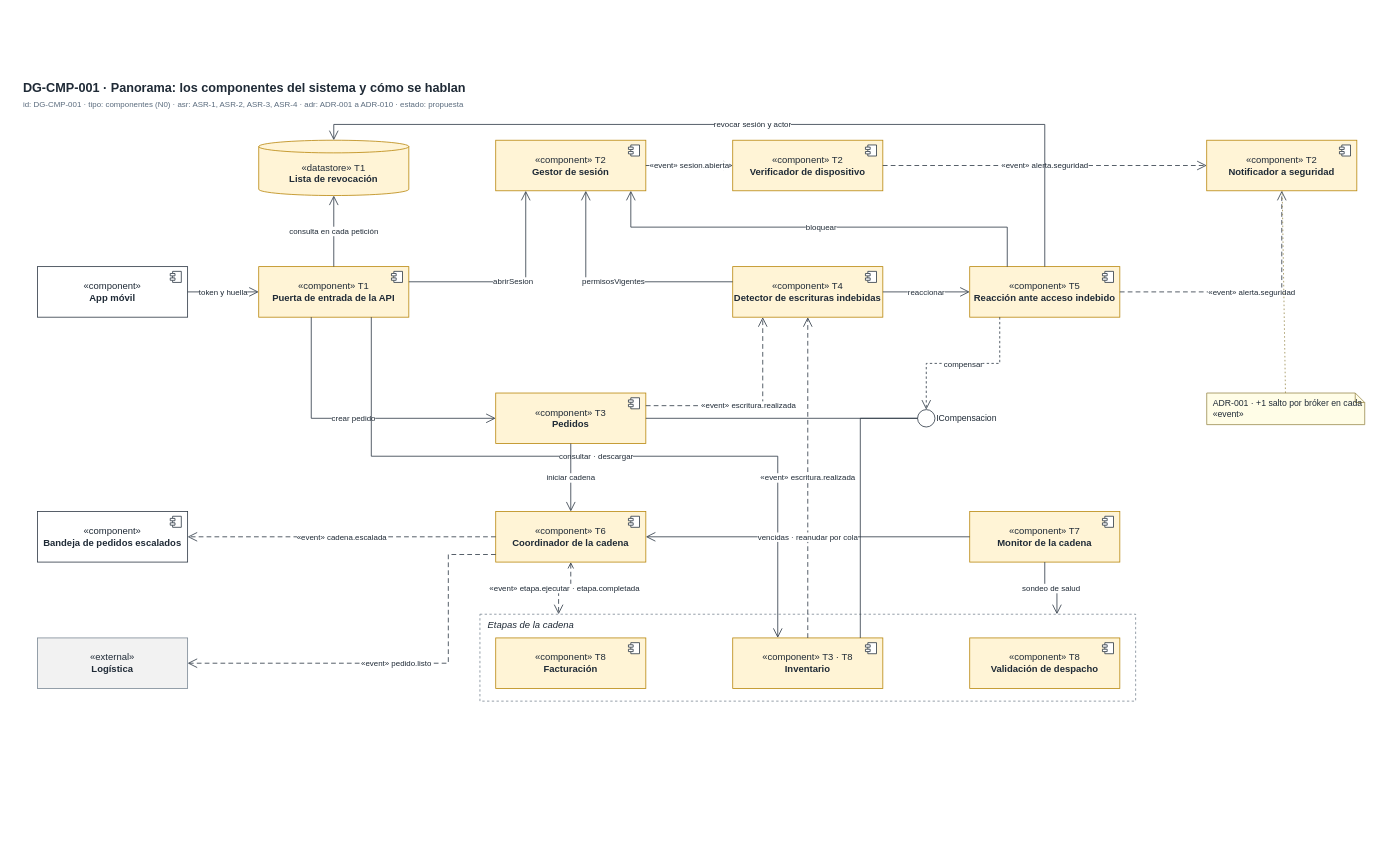
The draw.io diagram page "DG-CMP-001 · Panorama" (1 of 3) of docs/modelos/drawio/vista-componentes.drawio in MATI-MBIT/arqsoft-reto-2, before the edit. Source tidied: cells renumbered, new cells numbered last; positions are measured from the earlier drawing's top-left corner, leaving out a move shared by most shapes. Both pictures are drawn from the tidied source at 79%, with x=0, y=0 at pixel (21, 77).
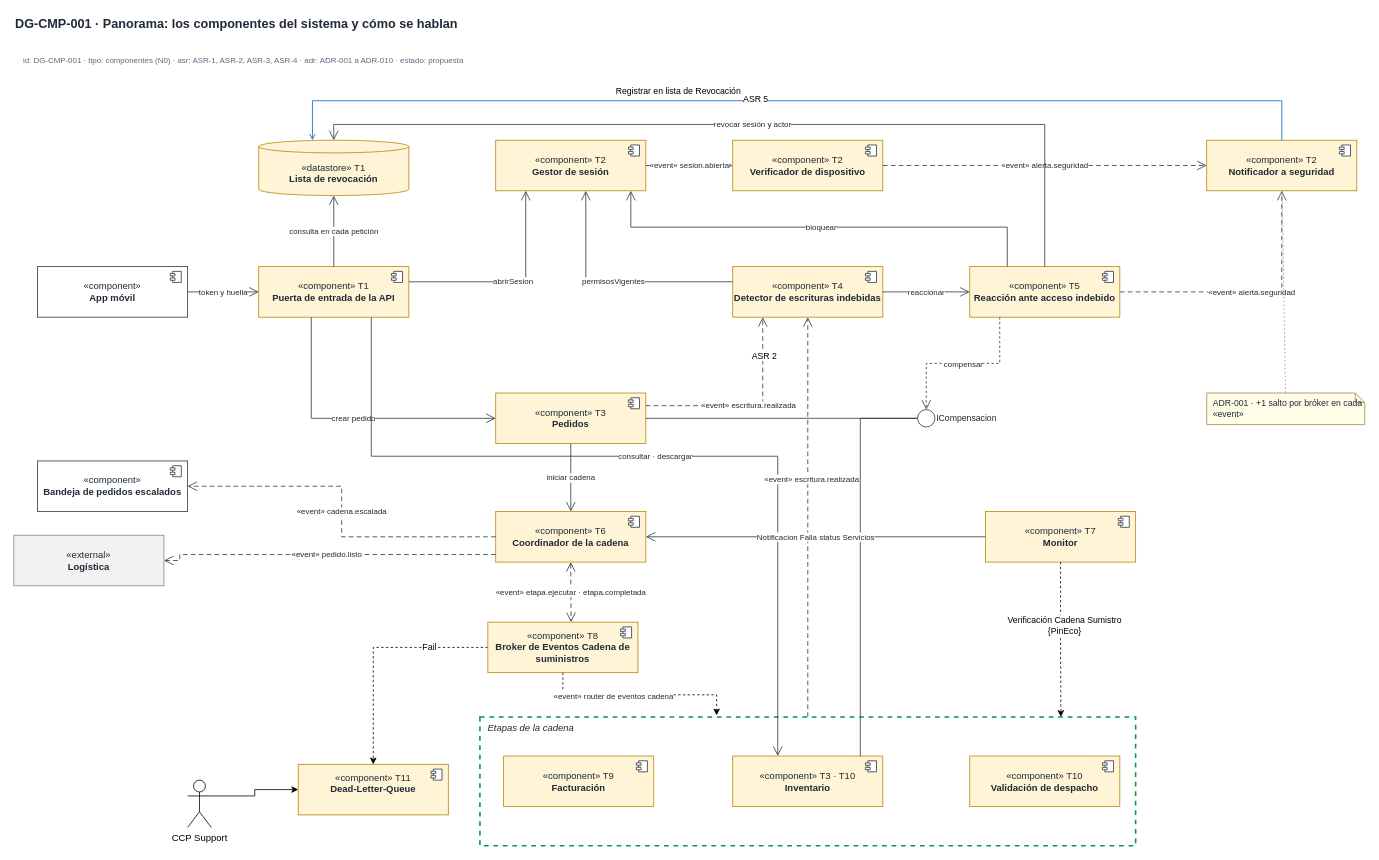
Above is the later version.

The change refers to these unchanged cells:
```xml
<mxCell id="9" value="«component» T2&lt;br&gt;&lt;b&gt;Notificador a seguridad&lt;/b&gt;" style="rounded=0;html=1;whiteSpace=wrap;fillColor=#FFF4D6;strokeColor=#B8860B;fontFamily=Helvetica;fontSize=12;fontColor=#1F2A36;" parent="1" vertex="1">
  <mxGeometry x="1500" y="80" width="190" height="64" as="geometry" />
</mxCell>
<mxCell id="15" value="«component» T4&lt;br&gt;&lt;b&gt;Detector de escrituras indebidas&lt;/b&gt;" style="rounded=0;html=1;whiteSpace=wrap;fillColor=#FFF4D6;strokeColor=#B8860B;fontFamily=Helvetica;fontSize=12;fontColor=#1F2A36;" parent="1" vertex="1">
  <mxGeometry x="900" y="240" width="190" height="64" as="geometry" />
</mxCell>
<mxCell id="24" value="«component» T6&lt;br&gt;&lt;b&gt;Coordinador de la cadena&lt;/b&gt;" style="rounded=0;html=1;whiteSpace=wrap;fillColor=#FFF4D6;strokeColor=#B8860B;fontFamily=Helvetica;fontSize=12;fontColor=#1F2A36;" parent="1" vertex="1">
  <mxGeometry x="600" y="550" width="190" height="64" as="geometry" />
</mxCell>
<mxCell id="43" value="«event» escritura.realizada" style="html=1;rounded=0;edgeStyle=orthogonalEdgeStyle;fontSize=10;fontFamily=Helvetica;fontColor=#1F2A36;labelBackgroundColor=#FFFFFF;strokeColor=#2B3642;endArrow=open;endFill=0;dashed=1;dashPattern=6 4;endSize=10;exitX=1;exitY=0.25;exitDx=0;exitDy=0;entryX=0.2;entryY=1;entryDx=0;entryDy=0;" parent="1" edge="1" source="19" target="15">
  <mxGeometry relative="1" as="geometry" />
</mxCell>
```

The edit, as a diff of the source:
```diff
@@
     <mxCell id="2" value="&lt;b&gt;DG-CMP-001 · Panorama: los componentes del sistema y cómo se hablan&lt;/b&gt;" style="text;html=1;whiteSpace=wrap;align=left;verticalAlign=middle;fontFamily=Helvetica;fontSize=16;fontColor=#1F2A36;" parent="1" vertex="1">
-      <mxGeometry width="1700" height="26" as="geometry" />
+      <mxGeometry x="-10" y="-80" width="1700" height="26" as="geometry" />
     </mxCell>
     <mxCell id="3" value="id: DG-CMP-001 · tipo: componentes (N0) · asr: ASR-1, ASR-2, ASR-3, ASR-4 · adr: ADR-001 a ADR-010 · estado: propuesta" style="text;html=1;whiteSpace=wrap;align=left;verticalAlign=middle;fontFamily=Helvetica;fontSize=10;fontColor=#5A6B7D;" parent="1" vertex="1">
-      <mxGeometry y="26" width="1700" height="18" as="geometry" />
+      <mxGeometry y="-30" width="1700" height="18" as="geometry" />
     </mxCell>
@@
     <mxCell id="22" value="«component»&lt;br&gt;&lt;b&gt;Bandeja de pedidos escalados&lt;/b&gt;" style="rounded=0;html=1;whiteSpace=wrap;fillColor=#FFFFFF;strokeColor=#2B3642;fontFamily=Helvetica;fontSize=12;fontColor=#1F2A36;" parent="1" vertex="1">
-      <mxGeometry x="20" y="550" width="190" height="64" as="geometry" />
+      <mxGeometry x="20" y="486" width="190" height="64" as="geometry" />
     </mxCell>
@@
-    <mxCell id="26" value="«component» T7&lt;br&gt;&lt;b&gt;Monitor de la cadena&lt;/b&gt;" style="rounded=0;html=1;whiteSpace=wrap;fillColor=#FFF4D6;strokeColor=#B8860B;fontFamily=Helvetica;fontSize=12;fontColor=#1F2A36;" parent="1" vertex="1">
-      <mxGeometry x="1200" y="550" width="190" height="64" as="geometry" />
+    <mxCell id="26" value="«component» T7&lt;br&gt;&lt;b&gt;Monitor&lt;/b&gt;" style="rounded=0;html=1;whiteSpace=wrap;fillColor=#FFF4D6;strokeColor=#B8860B;fontFamily=Helvetica;fontSize=12;fontColor=#1F2A36;" parent="1" vertex="1">
+      <mxGeometry x="1220" y="550" width="190" height="64" as="geometry" />
     </mxCell>
@@
     <mxCell id="28" value="«external»&lt;br&gt;&lt;b&gt;Logística&lt;/b&gt;" style="rounded=0;html=1;whiteSpace=wrap;fillColor=#F2F2F2;strokeColor=#7A8794;fontFamily=Helvetica;fontSize=12;fontColor=#1F2A36;" parent="1" vertex="1">
-      <mxGeometry x="20" y="710" width="190" height="64" as="geometry" />
+      <mxGeometry x="-10" y="580" width="190" height="64" as="geometry" />
     </mxCell>
-    <mxCell id="29" value="Etapas de la cadena" style="rounded=0;html=1;whiteSpace=wrap;verticalAlign=top;align=left;spacingLeft=8;fillColor=none;strokeColor=#7A8794;fontStyle=2;dashed=1;fontFamily=Helvetica;fontSize=12;fontColor=#1F2A36;" parent="1" vertex="1">
-      <mxGeometry x="580" y="680" width="830" height="110" as="geometry" />
+    <mxCell id="29" value="Etapas de la cadena" style="rounded=0;html=1;whiteSpace=wrap;verticalAlign=top;align=left;spacingLeft=8;fillColor=none;strokeColor=#00994D;fontStyle=2;dashed=1;fontFamily=Helvetica;fontSize=12;fontColor=#1F2A36;strokeWidth=2;" parent="1" vertex="1">
+      <mxGeometry x="580" y="810" width="830" height="163" as="geometry" />
     </mxCell>
-    <mxCell id="30" value="«component» T8&lt;br&gt;&lt;b&gt;Facturación&lt;/b&gt;" style="rounded=0;html=1;whiteSpace=wrap;fillColor=#FFF4D6;strokeColor=#B8860B;fontFamily=Helvetica;fontSize=12;fontColor=#1F2A36;" parent="1" vertex="1">
-      <mxGeometry x="600" y="710" width="190" height="64" as="geometry" />
+    <mxCell id="30" value="«component» T9&lt;br&gt;&lt;b&gt;Facturación&lt;/b&gt;" style="rounded=0;html=1;whiteSpace=wrap;fillColor=#FFF4D6;strokeColor=#B8860B;fontFamily=Helvetica;fontSize=12;fontColor=#1F2A36;" parent="1" vertex="1">
+      <mxGeometry x="610" y="859.5" width="190" height="64" as="geometry" />
     </mxCell>
@@
-    <mxCell id="32" value="«component» T3 · T8&lt;br&gt;&lt;b&gt;Inventario&lt;/b&gt;" style="rounded=0;html=1;whiteSpace=wrap;fillColor=#FFF4D6;strokeColor=#B8860B;fontFamily=Helvetica;fontSize=12;fontColor=#1F2A36;" parent="1" vertex="1">
-      <mxGeometry x="900" y="710" width="190" height="64" as="geometry" />
+    <mxCell id="32" value="«component» T3 · T10&lt;br&gt;&lt;b&gt;Inventario&lt;/b&gt;" style="rounded=0;html=1;whiteSpace=wrap;fillColor=#FFF4D6;strokeColor=#B8860B;fontFamily=Helvetica;fontSize=12;fontColor=#1F2A36;" parent="1" vertex="1">
+      <mxGeometry x="900" y="859.5" width="190" height="64" as="geometry" />
     </mxCell>
@@
-    <mxCell id="34" value="«component» T8&lt;br&gt;&lt;b&gt;Validación de despacho&lt;/b&gt;" style="rounded=0;html=1;whiteSpace=wrap;fillColor=#FFF4D6;strokeColor=#B8860B;fontFamily=Helvetica;fontSize=12;fontColor=#1F2A36;" parent="1" vertex="1">
-      <mxGeometry x="1200" y="710" width="190" height="64" as="geometry" />
+    <mxCell id="34" value="«component» T10&lt;br&gt;&lt;b&gt;Validación de despacho&lt;/b&gt;" style="rounded=0;html=1;whiteSpace=wrap;fillColor=#FFF4D6;strokeColor=#B8860B;fontFamily=Helvetica;fontSize=12;fontColor=#1F2A36;" parent="1" vertex="1">
+      <mxGeometry x="1200" y="859.5" width="190" height="64" as="geometry" />
     </mxCell>
@@
+    <mxCell id="61" value="ASR 2" style="edgeLabel;html=1;align=center;verticalAlign=middle;" parent="43" vertex="1">
+      <mxGeometry x="0.63" y="-1" relative="1" as="geometry" />
+    </mxCell>
-    <mxCell id="44" value="«event» escritura.realizada" style="html=1;rounded=0;edgeStyle=orthogonalEdgeStyle;fontSize=10;fontFamily=Helvetica;fontColor=#1F2A36;labelBackgroundColor=#FFFFFF;strokeColor=#2B3642;endArrow=open;endFill=0;dashed=1;dashPattern=6 4;endSize=10;exitX=0.5;exitY=0;exitDx=0;exitDy=0;entryX=0.5;entryY=1;entryDx=0;entryDy=0;" parent="1" edge="1" source="32" target="15">
-      <mxGeometry relative="1" as="geometry" />
+    <mxCell id="44" value="«event» escritura.realizada" style="html=1;rounded=0;edgeStyle=orthogonalEdgeStyle;fontSize=10;fontFamily=Helvetica;fontColor=#1F2A36;labelBackgroundColor=#FFFFFF;strokeColor=#2B3642;endArrow=open;endFill=0;dashed=1;dashPattern=6 4;endSize=10;exitX=0.5;exitY=0;exitDx=0;exitDy=0;entryX=0.5;entryY=1;entryDx=0;entryDy=0;" parent="1" edge="1" source="29" target="15">
+      <mxGeometry x="0.19" y="-5" relative="1" as="geometry" />
     </mxCell>
@@
-    <mxCell id="54" value="«event» etapa.ejecutar · etapa.completada" style="html=1;rounded=0;edgeStyle=orthogonalEdgeStyle;fontSize=10;fontFamily=Helvetica;fontColor=#1F2A36;labelBackgroundColor=#FFFFFF;strokeColor=#2B3642;endArrow=open;endFill=0;dashed=1;dashPattern=6 4;endSize=10;startArrow=open;startFill=0;exitX=0.5;exitY=1;exitDx=0;exitDy=0;entryX=0.12;entryY=0;entryDx=0;entryDy=0;" parent="1" edge="1" source="24" target="29">
-      <mxGeometry relative="1" as="geometry" />
+    <mxCell id="54" value="«event» etapa.ejecutar · etapa.completada" style="html=1;rounded=0;edgeStyle=orthogonalEdgeStyle;fontSize=10;fontFamily=Helvetica;fontColor=#1F2A36;labelBackgroundColor=#FFFFFF;strokeColor=#2B3642;endArrow=open;endFill=0;dashed=1;dashPattern=6 4;endSize=10;startArrow=open;startFill=0;exitX=0.5;exitY=1;exitDx=0;exitDy=0;startSize=10;" parent="1" edge="1" source="24">
+      <mxGeometry relative="1" as="geometry">
+        <mxPoint x="695.4" y="690" as="targetPoint" />
+        <Array as="points">
+          <mxPoint x="695.4" y="630" />
+          <mxPoint x="695.4" y="630" />
+        </Array>
+      </mxGeometry>
     </mxCell>
-    <mxCell id="55" value="vencidas · reanudar por cola" style="html=1;rounded=0;edgeStyle=orthogonalEdgeStyle;fontSize=10;fontFamily=Helvetica;fontColor=#1F2A36;labelBackgroundColor=#FFFFFF;strokeColor=#2B3642;endArrow=open;endFill=0;endSize=10;" parent="1" edge="1" source="26" target="24">
+    <mxCell id="55" value="Notificacion Falla status Servicios" style="html=1;rounded=0;edgeStyle=orthogonalEdgeStyle;fontSize=10;fontFamily=Helvetica;fontColor=#1F2A36;labelBackgroundColor=#FFFFFF;strokeColor=#2B3642;endArrow=open;endFill=0;endSize=10;entryX=1;entryY=0.5;entryDx=0;entryDy=0;" parent="1" edge="1" source="26" target="24">
       <mxGeometry relative="1" as="geometry" />
     </mxCell>
-    <mxCell id="56" value="sondeo de salud" style="html=1;rounded=0;edgeStyle=orthogonalEdgeStyle;fontSize=10;fontFamily=Helvetica;fontColor=#1F2A36;labelBackgroundColor=#FFFFFF;strokeColor=#2B3642;endArrow=open;endFill=0;endSize=10;exitX=0.5;exitY=1;exitDx=0;exitDy=0;entryX=0.88;entryY=0;entryDx=0;entryDy=0;" parent="1" edge="1" source="26" target="29">
-      <mxGeometry relative="1" as="geometry" />
-    </mxCell>
@@
     <mxCell id="58" value="«event» pedido.listo" style="html=1;rounded=0;edgeStyle=orthogonalEdgeStyle;fontSize=10;fontFamily=Helvetica;fontColor=#1F2A36;labelBackgroundColor=#FFFFFF;strokeColor=#2B3642;endArrow=open;endFill=0;dashed=1;dashPattern=6 4;endSize=10;exitX=0;exitY=0.85;exitDx=0;exitDy=0;entryX=1;entryY=0.5;entryDx=0;entryDy=0;" parent="1" edge="1" source="24" target="28">
       <mxGeometry relative="1" as="geometry">
         <Array as="points">
-          <mxPoint x="540" y="604" />
-          <mxPoint x="540" y="742" />
+          <mxPoint x="200" y="604.4" />
         </Array>
       </mxGeometry>
     </mxCell>
@@
+    <mxCell id="62" style="edgeStyle=orthogonalEdgeStyle;rounded=0;jettySize=auto;html=1;exitX=0.5;exitY=0;exitDx=0;exitDy=0;endArrow=open;endFill=0;strokeColor=#0066CC;" parent="1" edge="1" source="9">
+      <mxGeometry relative="1" as="geometry">
+        <mxPoint x="368" y="80" as="targetPoint" />
+        <Array as="points">
+          <mxPoint x="1595" y="30" />
+          <mxPoint x="368" y="30" />
+        </Array>
+      </mxGeometry>
+    </mxCell>
+    <mxCell id="63" value="Registrar en lista de Revocación" style="edgeLabel;html=1;align=center;verticalAlign=middle;" parent="62" vertex="1">
+      <mxGeometry x="-0.2" y="1" relative="1" as="geometry">
+        <mxPoint x="-284" y="-14" as="offset" />
+      </mxGeometry>
+    </mxCell>
+    <mxCell id="64" value="ASR 5" style="edgeLabel;html=1;align=center;verticalAlign=middle;" parent="62" vertex="1">
+      <mxGeometry x="0.08" y="-3" relative="1" as="geometry" />
+    </mxCell>
+    <mxCell id="65" style="edgeStyle=orthogonalEdgeStyle;rounded=0;jettySize=auto;html=1;entryX=0.5;entryY=0;entryDx=0;entryDy=0;dashed=1;" parent="1" edge="1" source="67" target="71">
+      <mxGeometry relative="1" as="geometry" />
+    </mxCell>
+    <mxCell id="66" value="Fail" style="edgeLabel;html=1;align=center;verticalAlign=middle;" parent="65" vertex="1">
+      <mxGeometry x="-0.49" y="-1" relative="1" as="geometry" />
+    </mxCell>
+    <mxCell id="67" value="«component» T8&lt;br&gt;&lt;b&gt;Broker de Eventos Cadena de suministros&lt;/b&gt;" style="rounded=0;html=1;whiteSpace=wrap;fillColor=#FFF4D6;strokeColor=#B8860B;fontFamily=Helvetica;fontSize=12;fontColor=#1F2A36;" parent="1" vertex="1">
+      <mxGeometry x="590" y="690" width="190" height="64" as="geometry" />
+    </mxCell>
+    <mxCell id="68" style="shape=component;jettyWidth=6;jettyHeight=3;html=1;fillColor=#FFFFFF;strokeColor=#2B3642;" parent="67" vertex="1">
+      <mxGeometry x="168" y="6" width="14" height="14" as="geometry" />
+    </mxCell>
+    <mxCell id="69" style="edgeStyle=orthogonalEdgeStyle;rounded=0;jettySize=auto;html=1;exitX=0.5;exitY=1;exitDx=0;exitDy=0;entryX=0.361;entryY=-0.012;entryDx=0;entryDy=0;entryPerimeter=0;dashed=1;" parent="1" edge="1" source="67" target="29">
+      <mxGeometry relative="1" as="geometry" />
+    </mxCell>
+    <mxCell id="70" value="&lt;span style=&quot;color: rgb(31, 42, 54); font-size: 10px;&quot;&gt;«event» router de eventos cadena&lt;/span&gt;" style="edgeLabel;html=1;align=center;verticalAlign=middle;" parent="69" vertex="1">
+      <mxGeometry x="-0.27" y="-1" relative="1" as="geometry" />
+    </mxCell>
+    <mxCell id="71" value="«component» T11&lt;br&gt;&lt;b&gt;Dead-Letter-Queue&lt;/b&gt;&lt;div&gt;&lt;br/&gt;&lt;/div&gt;" style="rounded=0;html=1;whiteSpace=wrap;fillColor=#FFF4D6;strokeColor=#B8860B;fontFamily=Helvetica;fontSize=12;fontColor=#1F2A36;" parent="1" vertex="1">
+      <mxGeometry x="350" y="870" width="190" height="64" as="geometry" />
+    </mxCell>
+    <mxCell id="72" style="shape=component;jettyWidth=6;jettyHeight=3;html=1;fillColor=#FFFFFF;strokeColor=#2B3642;" parent="71" vertex="1">
+      <mxGeometry x="168" y="6" width="14" height="14" as="geometry" />
+    </mxCell>
+    <mxCell id="73" style="edgeStyle=orthogonalEdgeStyle;rounded=0;jettySize=auto;html=1;exitX=1;exitY=0.3333333333333333;exitDx=0;exitDy=0;exitPerimeter=0;entryX=0;entryY=0.5;entryDx=0;entryDy=0;" parent="1" edge="1" source="74" target="71">
+      <mxGeometry relative="1" as="geometry" />
+    </mxCell>
+    <mxCell id="74" value="CCP Support" style="shape=umlActor;verticalLabelPosition=bottom;verticalAlign=top;html=1;outlineConnect=0;" parent="1" vertex="1">
+      <mxGeometry x="210" y="890" width="30" height="60" as="geometry" />
+    </mxCell>
+    <mxCell id="56" style="edgeStyle=orthogonalEdgeStyle;rounded=0;jettySize=auto;html=1;entryX=0.886;entryY=0;entryDx=0;entryDy=0;entryPerimeter=0;dashed=1;" parent="1" edge="1" source="26" target="29">
+      <mxGeometry relative="1" as="geometry" />
+    </mxCell>
+    <mxCell id="75" value="Verificación Cadena Sumistro&lt;br&gt;{PinEco}" style="edgeLabel;html=1;align=center;verticalAlign=middle;" parent="56" vertex="1">
+      <mxGeometry x="-0.2" y="4" relative="1" as="geometry" />
+    </mxCell>
```
